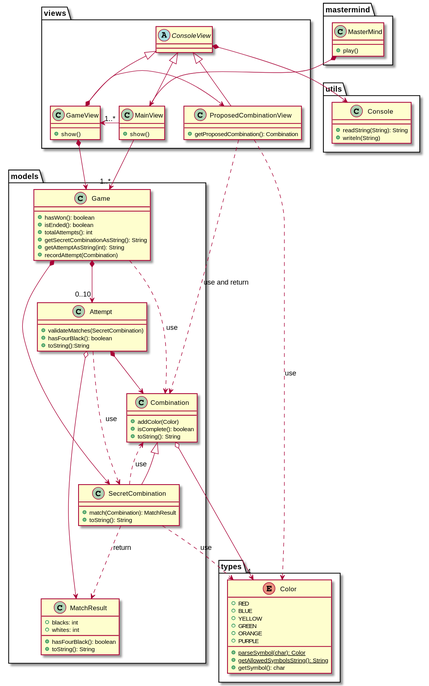
The PlantUML diagram docs/design-class-diagram.svg in betanzos/master-mind, before a commit.
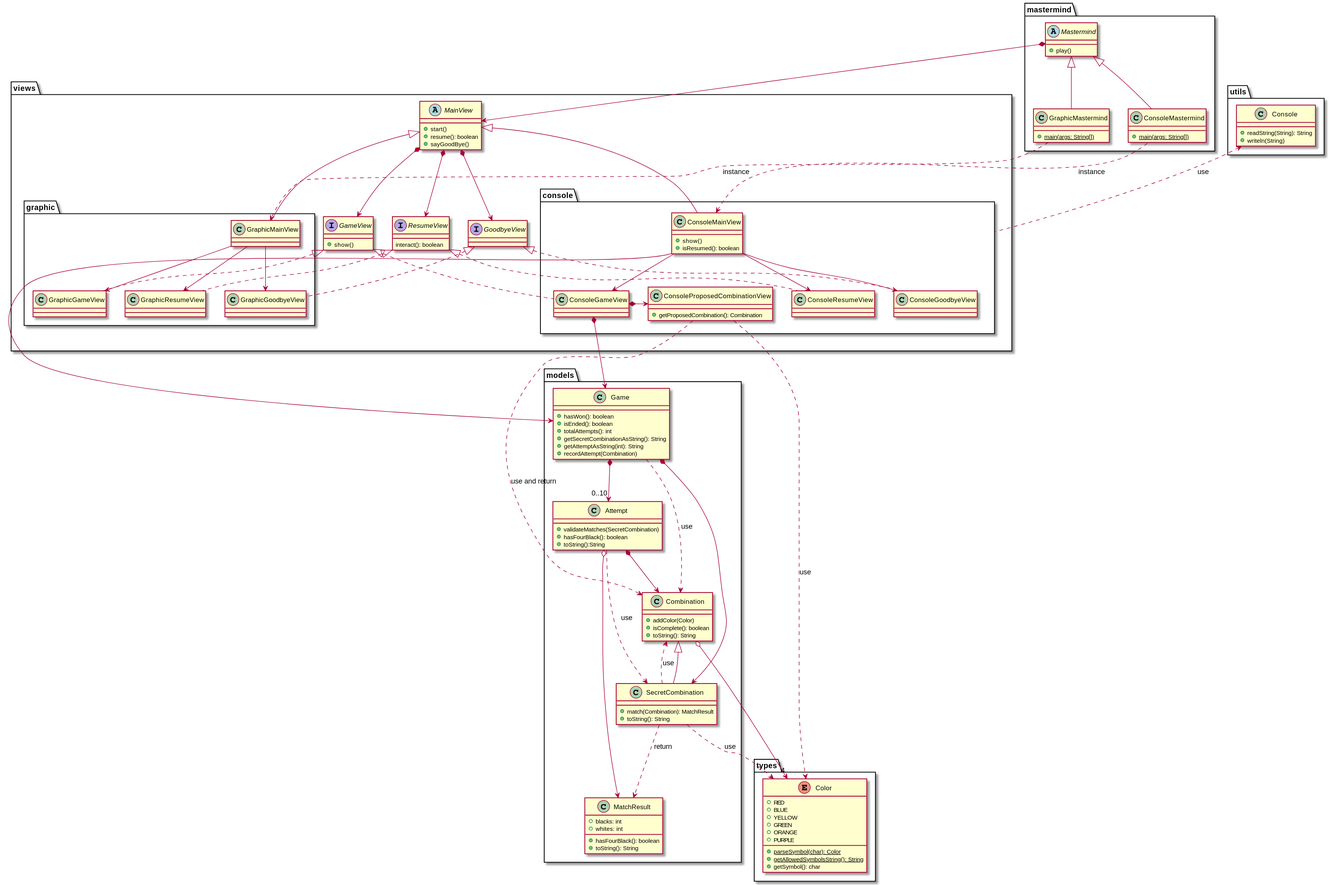
After the commit.

Diff of the diagram source:
```diff
@@ -1,9 +1,17 @@
 @startuml
 namespace mastermind {
-    class MasterMind {
+    abstract class Mastermind {
         +play()
     }
-    MasterMind *--> views.MainView
+    Mastermind *--> views.MainView
+
+    class ConsoleMastermind extends Mastermind {
+        +{static} main(args: String[])
+    }
+
+    class GraphicMastermind extends Mastermind {
+        +{static} main(args: String[])
+    }
 }
 
 namespace models {
@@ -67,34 +75,70 @@
     }
 }
 
-namespace utils {
-    class Console {
-        +readString(String): String
-        +writeln(String)
+
+
+package views {
+    abstract class MainView {
+        +start()
+        +resume(): boolean
+        +sayGoodBye()
+    }
+    MainView *--> GameView
+    MainView *--> ResumeView
+    MainView *--> GoodbyeView
+
+    interface GameView {
+        +show()
+    }
+
+    interface ResumeView {
+        interact(): boolean
+    }
+
+    interface GoodbyeView
+
+    package console as v.c {
+        class ConsoleMainView extends views.MainView {
+            +show()
+            +isResumed(): boolean
+        }
+        ConsoleMainView --> ConsoleGameView
+        ConsoleMainView --> models.Game
+        ConsoleMainView <.. mastermind.ConsoleMastermind : instance
+        ConsoleMainView -->  ConsoleResumeView
+        ConsoleMainView --> ConsoleGoodbyeView
+
+        class ConsoleGameView implements views.GameView
+        ConsoleGameView *-right-> ConsoleProposedCombinationView
+        ConsoleGameView *--> models.Game
+
+        class ConsoleProposedCombinationView {
+            +getProposedCombination(): Combination
+        }
+        ConsoleProposedCombinationView ..> models.Combination : use and return
+        ConsoleProposedCombinationView ..> types.Color : use
+
+        class ConsoleResumeView implements views.ResumeView
+        class ConsoleGoodbyeView implements views.GoodbyeView
+    }
+
+
+    namespace graphic {
+        class GraphicMainView extends views.MainView
+        GraphicMainView <.up. mastermind.GraphicMastermind : instance
+        GraphicMainView --> GraphicGameView
+        GraphicMainView --> GraphicGoodbyeView
+        GraphicMainView --> GraphicResumeView
+
+        class GraphicGameView implements views.GameView
+        class GraphicGoodbyeView implements views.GoodbyeView
+        class GraphicResumeView implements views.ResumeView
     }
 }
+v.c .up.> utils.Console : use
 
-namespace views {
-    abstract class ConsoleView {
-    }
-    ConsoleView *--> utils.Console
-
-    class MainView extends ConsoleView {
-        +show()
-    }
-    MainView -right-> "1..*" GameView
-    MainView -down-> "1..*" models.Game
-
-    class GameView extends ConsoleView {
-        +show()
-    }
-    GameView *-right-> ProposedCombinationView
-    GameView *--> models.Game
-
-    class ProposedCombinationView extends ConsoleView {
-        +getProposedCombination(): Combination
-    }
-    ProposedCombinationView ..> models.Combination : use and return
-    ProposedCombinationView ..> types.Color : use
+class utils.Console {
+    +readString(String): String
+    +writeln(String)
 }
 @enduml
```
